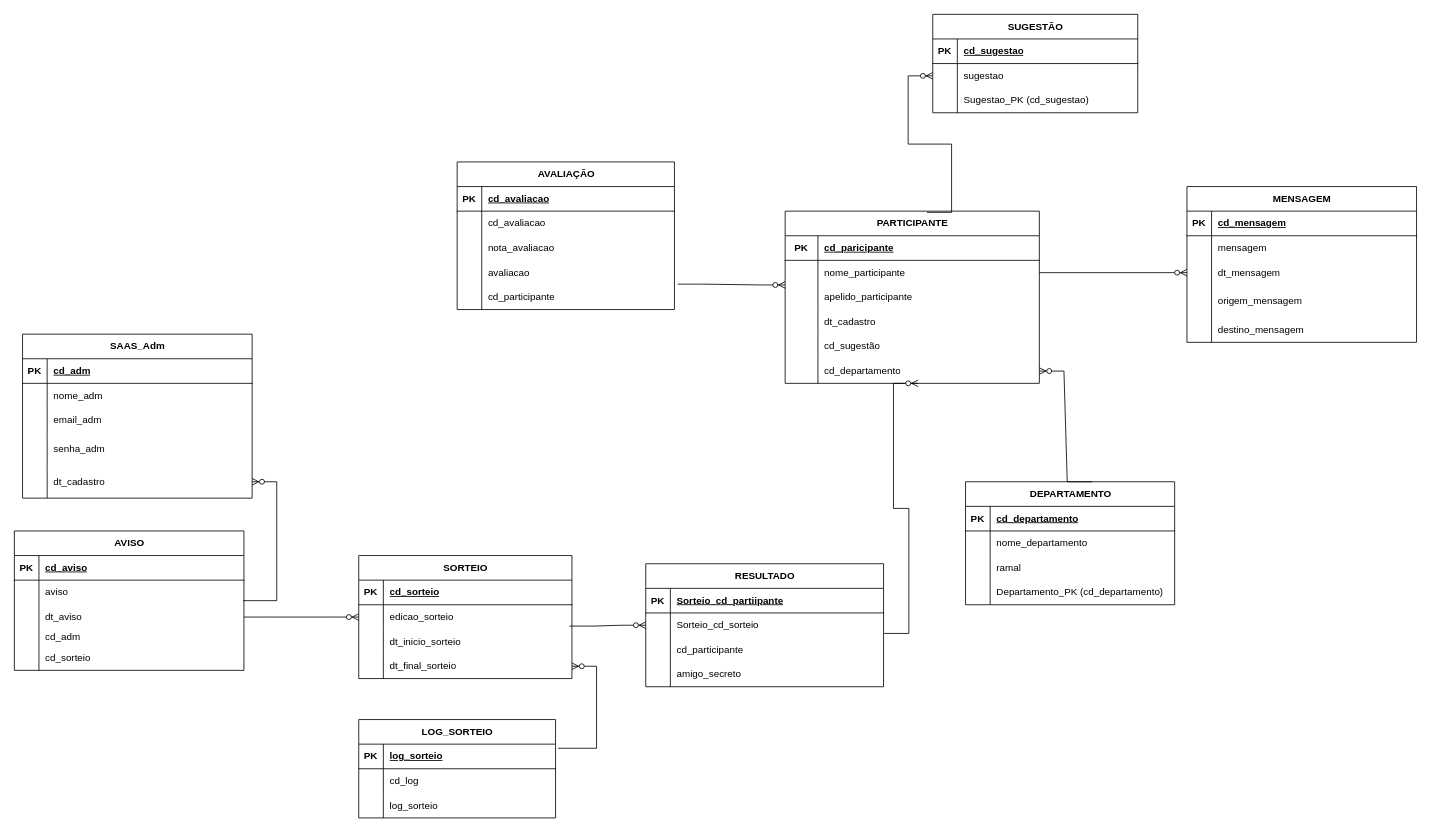
The draw.io diagram modelo_relacional.drawio in Larissa022/Amigo-Secreto, before the edit. Source tidied: cells renumbered, new cells numbered last; positions are measured from the earlier drawing's top-left corner, leaving out a move shared by most shapes. Both pictures are drawn from the tidied source at 82%, with x=0, y=0 at pixel (14, 14).
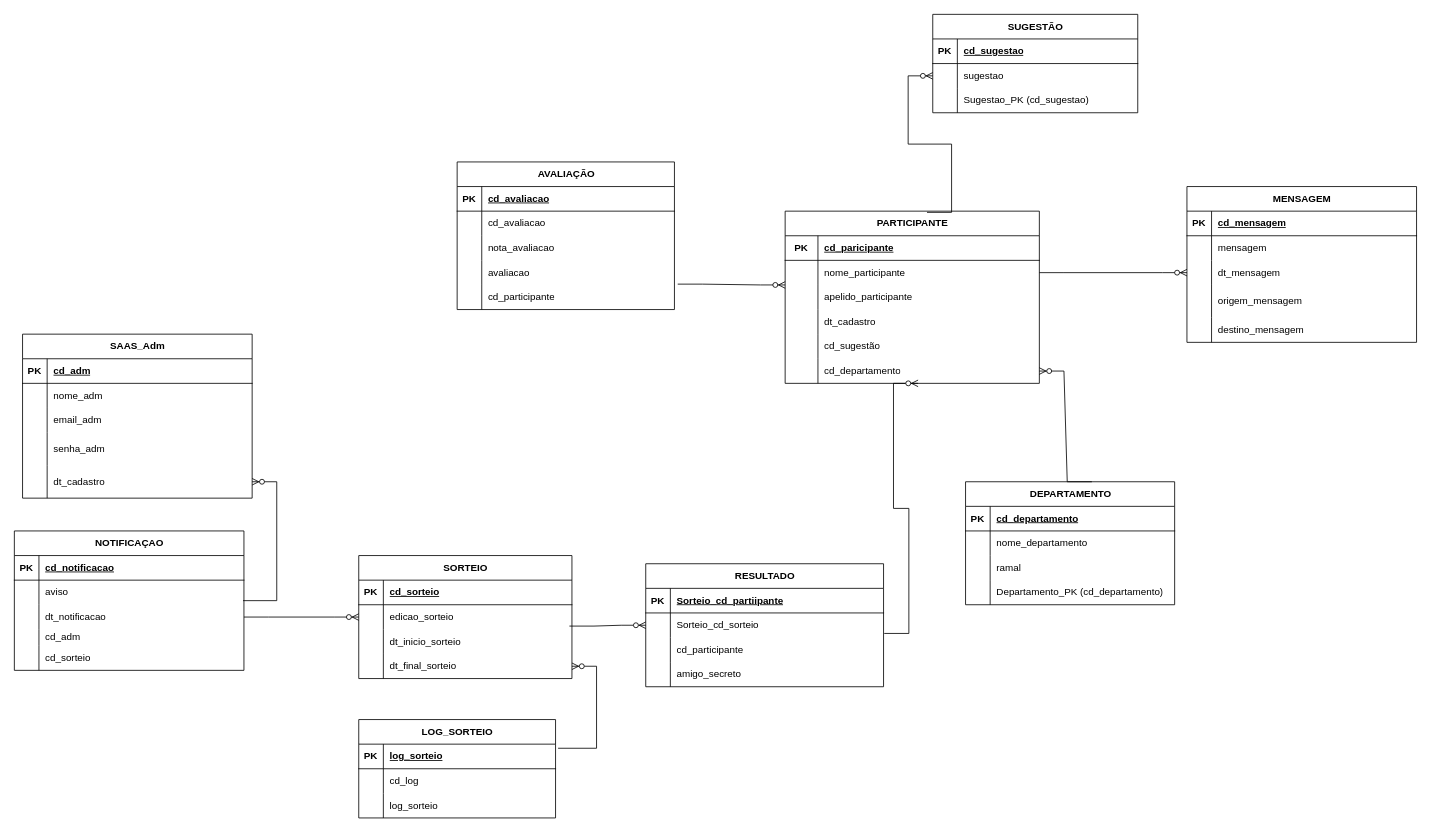
After the change.

The change refers to these unchanged cells:
```xml
<mxCell id="129" style="shape=tableRow;horizontal=0;startSize=0;swimlaneHead=0;swimlaneBody=0;fillColor=none;top=0;left=0;right=0;bottom=1;" parent="128" vertex="1">
  <mxGeometry y="30" width="280" height="30" as="geometry" />
</mxCell>
<mxCell id="135" style="shape=tableRow;horizontal=0;startSize=0;swimlaneHead=0;swimlaneBody=0;fillColor=none;points=[[0,0.5],[1,0.5]];portConstraint=eastwest;top=0;left=0;right=0;bottom=0;" parent="128" vertex="1">
  <mxGeometry y="90" width="280" height="30" as="geometry" />
</mxCell>
```

What changed in the source:
```diff
@@
-    <mxCell id="128" value="AVISO" style="shape=table;startSize=30;childLayout=tableLayout;rowLines=0;fontStyle=1;align=center;html=1;" parent="1" vertex="1">
+    <mxCell id="128" value="NOTIFICAÇAO" style="shape=table;startSize=30;childLayout=tableLayout;rowLines=0;fontStyle=1;align=center;html=1;" parent="1" vertex="1">
       <mxGeometry y="630" width="280" height="170" as="geometry" />
     </mxCell>
@@
-    <mxCell id="131" value="cd_aviso" style="shape=partialRectangle;fillColor=none;top=0;left=0;bottom=0;right=0;align=left;spacingLeft=6;fontStyle=5;overflow=hidden;whiteSpace=wrap;html=1;" parent="129" vertex="1">
+    <mxCell id="131" value="cd_notificacao" style="shape=partialRectangle;fillColor=none;top=0;left=0;bottom=0;right=0;align=left;spacingLeft=6;fontStyle=5;overflow=hidden;whiteSpace=wrap;html=1;" parent="129" vertex="1">
       <mxGeometry x="30" width="250" height="30" as="geometry" />
     </mxCell>
@@
-    <mxCell id="137" value="dt_aviso" style="shape=partialRectangle;fillColor=none;top=0;left=0;bottom=0;right=0;align=left;spacingLeft=6;overflow=hidden;whiteSpace=wrap;html=1;" parent="135" vertex="1">
+    <mxCell id="137" value="dt_notificacao" style="shape=partialRectangle;fillColor=none;top=0;left=0;bottom=0;right=0;align=left;spacingLeft=6;overflow=hidden;whiteSpace=wrap;html=1;" parent="135" vertex="1">
       <mxGeometry x="30" width="250" height="30" as="geometry" />
     </mxCell>
```
